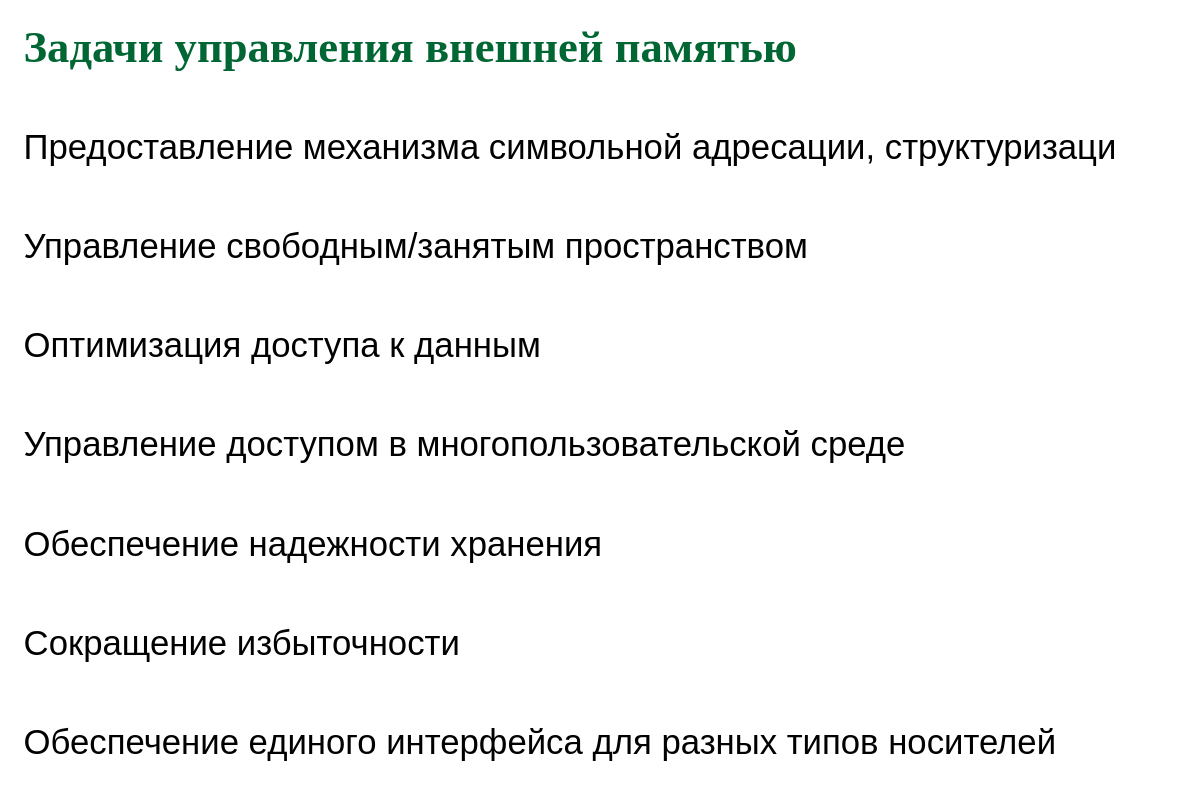
Above: page "tasks" (2 of 19) of slides/extsto.drawio in 77maxikov/os_course (draw.io), before the change. Source tidied: cells renumbered, new cells numbered last; positions are measured from the earlier drawing's top-left corner, leaving out a move shared by most shapes. Both pictures are drawn from the tidied source at 124%, with x=0, y=0 at pixel (21, 35).
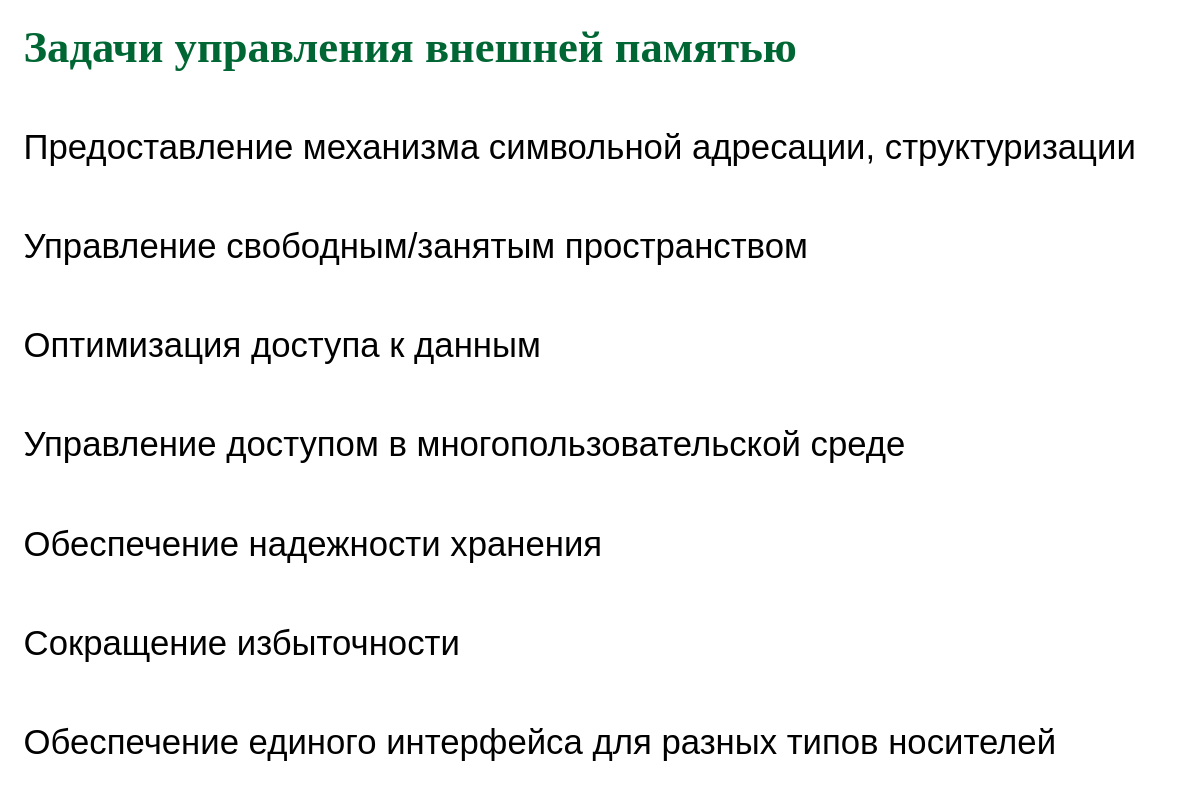
Above is the later version.

The edit, as a diff of the source:
```diff
@@
 <mxGraphModel>
   <root>
     <mxCell id="0" />
     <mxCell id="1" parent="0" />
     <mxCell id="2" value="&lt;font color=&quot;#006633&quot; face=&quot;garamond&quot;&gt;&lt;span style=&quot;font-size: 36px&quot;&gt;&lt;b&gt;Задачи управления внешней памятью&lt;/b&gt;&lt;/span&gt;&lt;/font&gt;" style="text;html=1;align=left;verticalAlign=middle;whiteSpace=wrap;rounded=0;" parent="1" vertex="1">
       <mxGeometry width="920" height="20" as="geometry" />
     </mxCell>
     <mxCell id="3" value="&lt;span style=&quot;font-size: 28px&quot;&gt;Управление доступом в многопользовательской среде&lt;/span&gt;" style="text;html=1;align=left;verticalAlign=middle;" parent="1" vertex="1">
       <mxGeometry y="320" width="730" height="20" as="geometry" />
     </mxCell>
-    <mxCell id="4" value="&lt;span style=&quot;font-size: 28px&quot;&gt;Предоставление механизма символьной адресации, структуризаци&lt;br&gt;&lt;/span&gt;" style="text;html=1;align=left;verticalAlign=middle;" parent="1" vertex="1">
-      <mxGeometry y="80" width="900" height="20" as="geometry" />
+    <mxCell id="4" value="&lt;span style=&quot;font-size: 28px&quot;&gt;Предоставление механизма символьной адресации, структуризации&lt;br&gt;&lt;/span&gt;" style="text;html=1;align=left;verticalAlign=middle;" parent="1" vertex="1">
+      <mxGeometry y="65" width="920" height="50" as="geometry" />
     </mxCell>
     <mxCell id="5" value="&lt;span style=&quot;font-size: 28px&quot;&gt;Управление свободным/занятым пространством&lt;br&gt;&lt;/span&gt;" style="text;html=1;align=left;verticalAlign=middle;" parent="1" vertex="1">
       <mxGeometry y="160" width="650" height="20" as="geometry" />
     </mxCell>
     <mxCell id="6" value="&lt;span style=&quot;font-size: 28px&quot;&gt;Оптимизация доступа к данным&lt;br&gt;&lt;/span&gt;" style="text;html=1;align=left;verticalAlign=middle;" parent="1" vertex="1">
       <mxGeometry y="240" width="430" height="20" as="geometry" />
     </mxCell>
     <mxCell id="7" value="&lt;span style=&quot;font-size: 28px&quot;&gt;Обеспечение надежности хранения&lt;br&gt;&lt;/span&gt;" style="text;html=1;align=left;verticalAlign=middle;" parent="1" vertex="1">
       <mxGeometry y="400" width="480" height="20" as="geometry" />
     </mxCell>
     <mxCell id="8" value="&lt;span style=&quot;font-size: 28px&quot;&gt;Сокращение избыточности&lt;br&gt;&lt;/span&gt;" style="text;html=1;align=left;verticalAlign=middle;" parent="1" vertex="1">
       <mxGeometry y="480" width="370" height="20" as="geometry" />
     </mxCell>
     <mxCell id="9" value="&lt;span style=&quot;font-size: 28px&quot;&gt;Обеспечение единого интерфейса для разных типов носителей&lt;/span&gt;" style="text;html=1;align=left;verticalAlign=middle;" parent="1" vertex="1">
       <mxGeometry y="560" width="850" height="20" as="geometry" />
     </mxCell>
   </root>
 </mxGraphModel>
```
